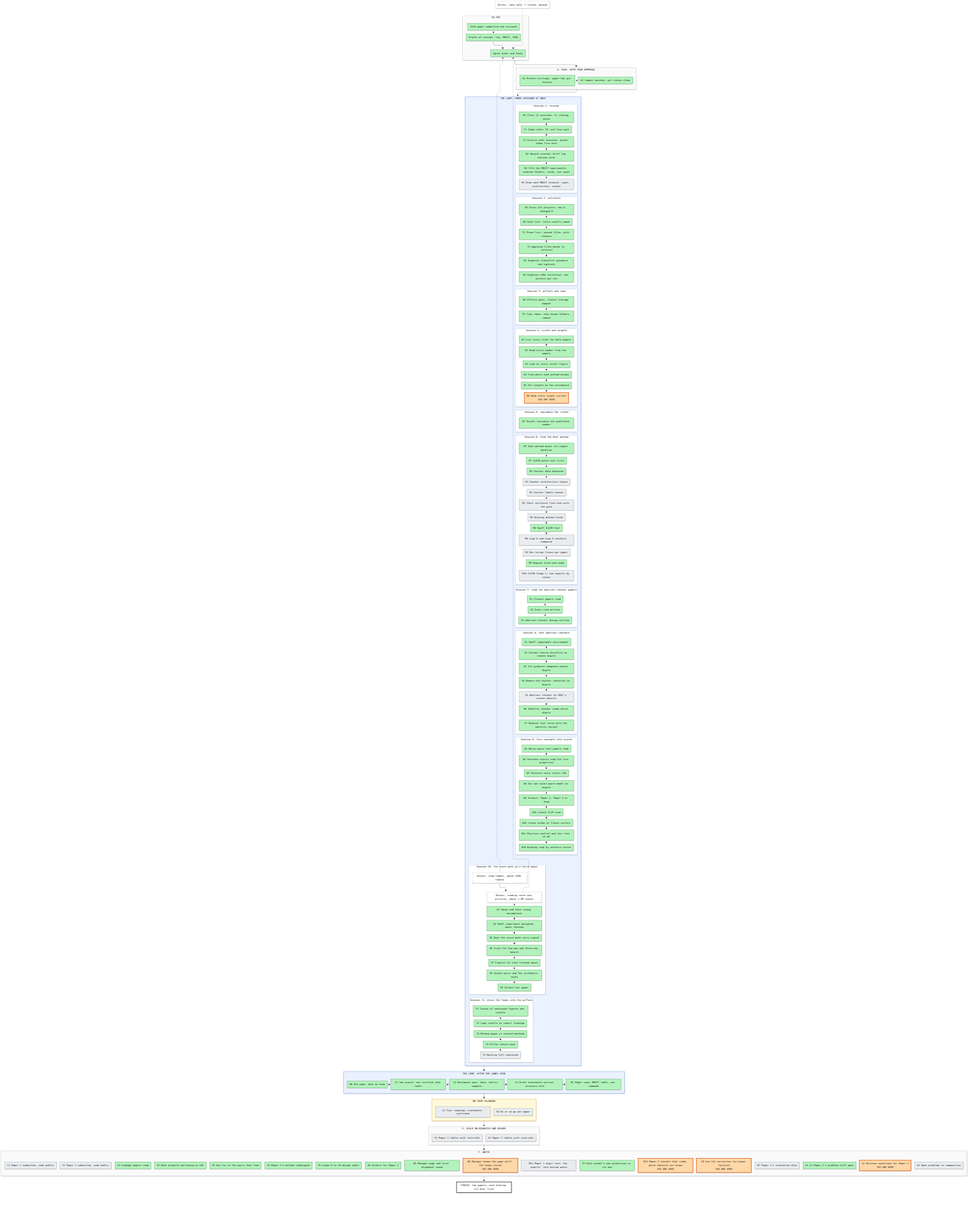
Above: artifacts/notes/progress/map.png in mo-rsa24/concept-composition (Mermaid), before the change. Its source is kept beside it as artifacts/notes/progress/map.mmd.
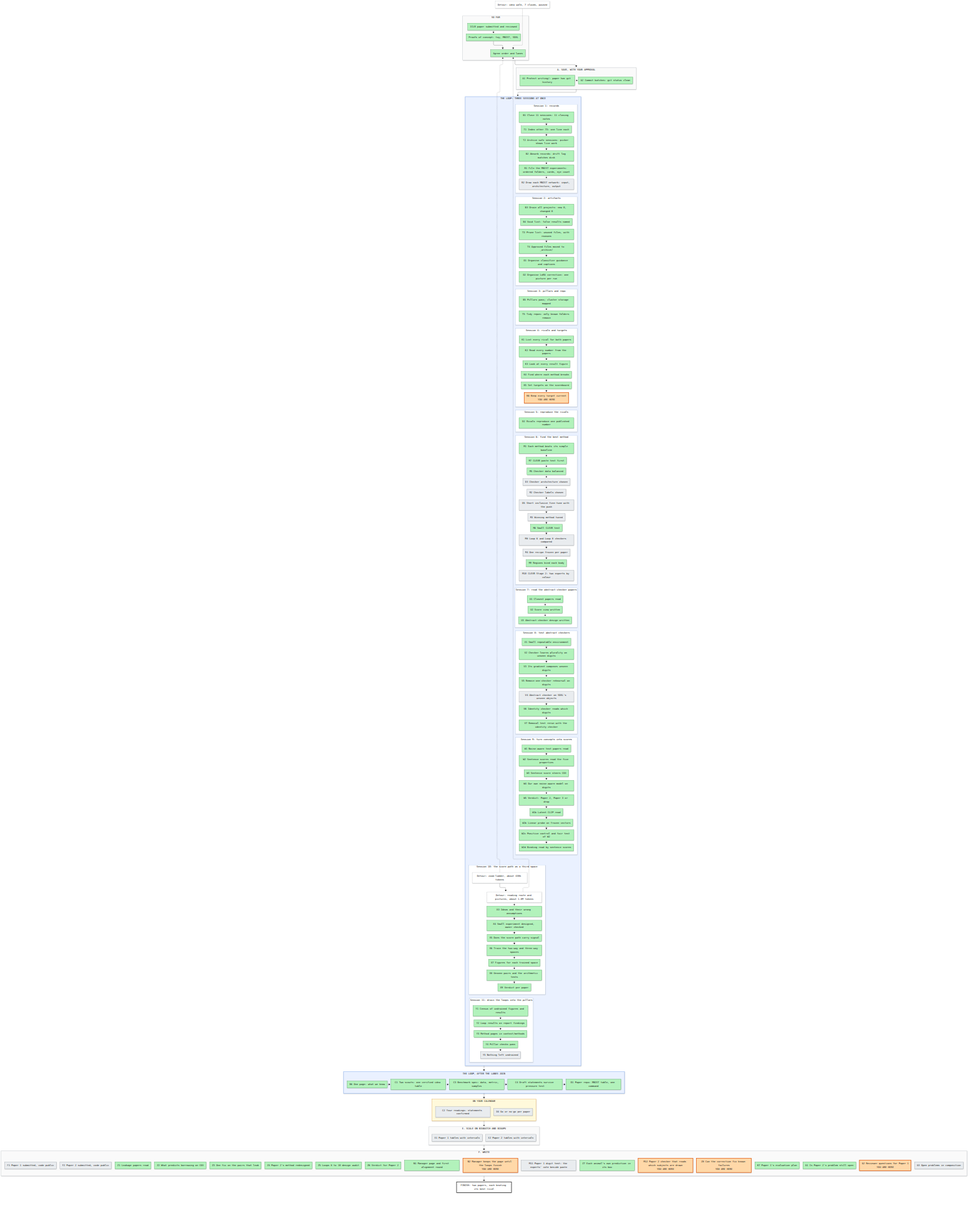
The same file after the commit.

Commit message:
Progress map re-rendered

What changed in the source:
```diff
@@ -74,7 +74,7 @@
   end
   subgraph SF["F. WRITE"]
     direction LR
-    F1["F1 Paper 1 submitted, code public"]:::todo ~~~ F2["F2 Paper 2 submitted, code public"]:::todo ~~~ Z1["Z1 Leakage papers read"]:::done ~~~ Z2["Z2 What predicts borrowing on CO3"]:::done ~~~ Z3["Z3 One fix on the pairs that leak"]:::done ~~~ Z4["Z4 Paper 2's method redesigned"]:::done ~~~ Z5["Z5 Loops 8 to 10 design audit"]:::done ~~~ Z6["Z6 Verdict for Paper 2"]:::done ~~~ N1["N1 Manager page and first alignment round"]:::done ~~~ N2["N2 Manager keeps the page until the loops finish<br/>YOU ARE HERE"]:::doing ~~~ M11["M11 Paper 1 digit test: the experts' vote beside paste"]:::todo ~~~ Z7["Z7 Each animal's own prediction in its box"]:::done ~~~ M12["M12 Paper 2 checker that reads which subjects are drawn<br/>YOU ARE HERE"]:::doing ~~~ Z8["Z8 Can the correction fix known failures<br/>YOU ARE HERE"]:::doing ~~~ K7["K7 Paper 1's evaluation plan"]:::todo ~~~ G1["G1 Is Paper 2's problem still open"]:::done ~~~ G2["G2 Reviewer questions for Paper 1<br/>YOU ARE HERE"]:::doing ~~~ G3["G3 Open problems in composition"]:::todo
+    F1["F1 Paper 1 submitted, code public"]:::todo ~~~ F2["F2 Paper 2 submitted, code public"]:::todo ~~~ Z1["Z1 Leakage papers read"]:::done ~~~ Z2["Z2 What predicts borrowing on CO3"]:::done ~~~ Z3["Z3 One fix on the pairs that leak"]:::done ~~~ Z4["Z4 Paper 2's method redesigned"]:::done ~~~ Z5["Z5 Loops 8 to 10 design audit"]:::done ~~~ Z6["Z6 Verdict for Paper 2"]:::done ~~~ N1["N1 Manager page and first alignment round"]:::done ~~~ N2["N2 Manager keeps the page until the loops finish<br/>YOU ARE HERE"]:::doing ~~~ M11["M11 Paper 1 digit test: the experts' vote beside paste"]:::todo ~~~ Z7["Z7 Each animal's own prediction in its box"]:::done ~~~ M12["M12 Paper 2 checker that reads which subjects are drawn<br/>YOU ARE HERE"]:::doing ~~~ Z8["Z8 Can the correction fix known failures<br/>YOU ARE HERE"]:::doing ~~~ K7["K7 Paper 1's evaluation plan"]:::done ~~~ G1["G1 Is Paper 2's problem still open"]:::done ~~~ G2["G2 Reviewer questions for Paper 1<br/>YOU ARE HERE"]:::doing ~~~ G3["G3 Open problems in composition"]:::todo
   end
   GOAL["FINISH: two papers, each beating its best rival"]:::goal
   X0["Detour: idea walk, 7 claims, paused"]:::detour -.-> P2
```
